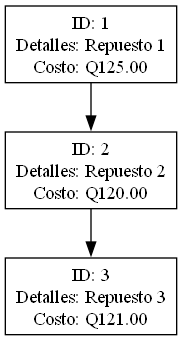
JavierVelasquez39/-EDD-1S2025_202307775 keeps this Graphviz diagram as Fase 2/AutoGestPro/Reportes/ÁrbolBinarioServicios.png. Above is the earlier version. Its source is kept beside it as Fase 2/AutoGestPro/Reportes/ÁrbolBinarioServicios.dot.
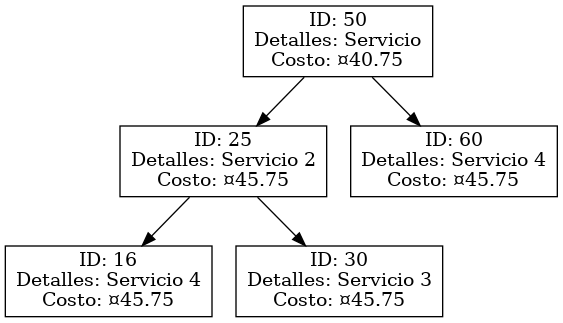
After the commit.

The edit, as a diff of the source:
```diff
@@ -1,8 +1,12 @@
 digraph ArbolBinarioServicios {
 node [shape=record];
-"1" [label="ID: 1\nDetalles: Repuesto 1\nCosto: Q125.00"];
-"1" -> "2";
-"2" [label="ID: 2\nDetalles: Repuesto 2\nCosto: Q120.00"];
-"2" -> "3";
-"3" [label="ID: 3\nDetalles: Repuesto 3\nCosto: Q121.00"];
+"50" [label="ID: 50\nDetalles: Servicio\nCosto: ¤40.75"];
+"50" -> "25";
+"25" [label="ID: 25\nDetalles: Servicio 2\nCosto: ¤45.75"];
+"25" -> "16";
+"16" [label="ID: 16\nDetalles: Servicio 4\nCosto: ¤45.75"];
+"25" -> "30";
+"30" [label="ID: 30\nDetalles: Servicio 3\nCosto: ¤45.75"];
+"50" -> "60";
+"60" [label="ID: 60\nDetalles: Servicio 4\nCosto: ¤45.75"];
 }
```
